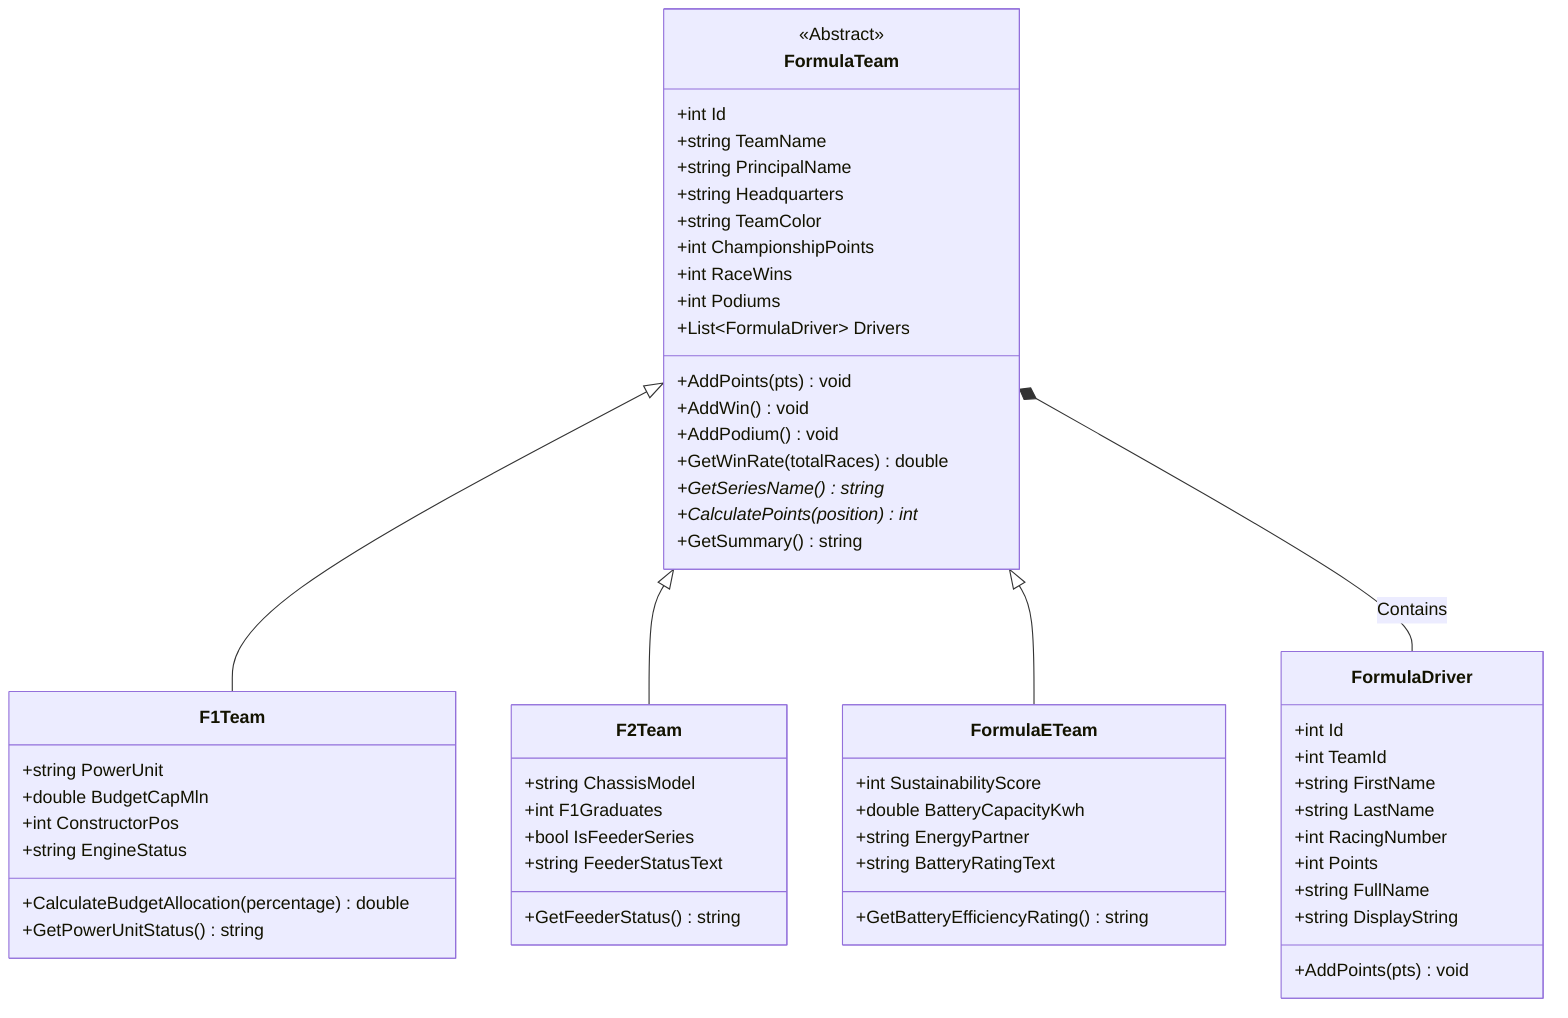
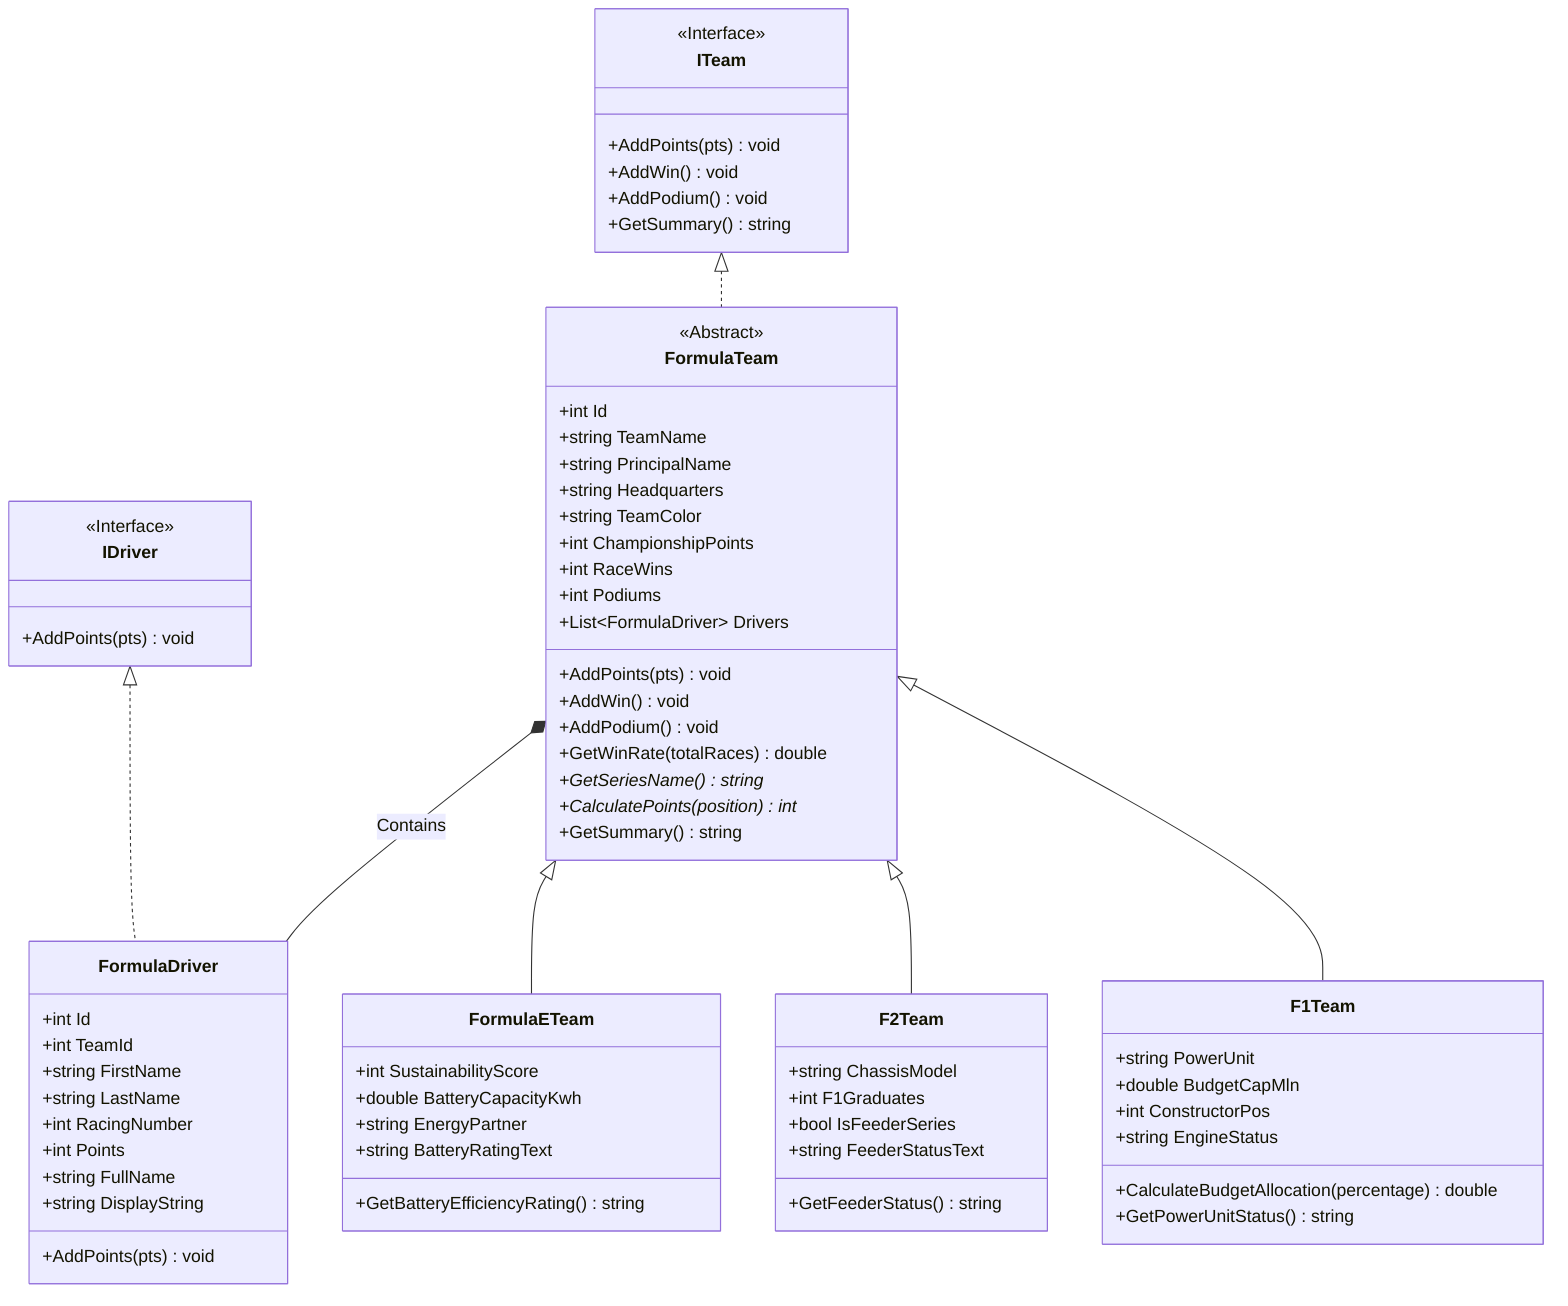
classDiagram
    direction TB
+ 
+     class IDriver {
+         <<Interface>>
+         +AddPoints(pts) void
+     }
+ 
+     class ITeam {
+         <<Interface>>
+         +AddPoints(pts) void
+         +AddWin() void
+         +AddPodium() void
+         +GetSummary() string
+     }

    class FormulaDriver {
        +int Id
        +int TeamId
        +string FirstName
        +string LastName
        +int RacingNumber
        +int Points
        +string FullName
        +string DisplayString
        +AddPoints(pts) void
    }

    class FormulaTeam {
        <<Abstract>>
        +int Id
        +string TeamName
        +string PrincipalName
        +string Headquarters
        +string TeamColor
        +int ChampionshipPoints
        +int RaceWins
        +int Podiums
        +List~FormulaDriver~ Drivers
        +AddPoints(pts) void
        +AddWin() void
        +AddPodium() void
        +GetWinRate(totalRaces) double
        +GetSeriesName() string*
        +CalculatePoints(position) int*
        +GetSummary() string
    }

    class F1Team {
        +string PowerUnit
        +double BudgetCapMln
        +int ConstructorPos
        +string EngineStatus
        +CalculateBudgetAllocation(percentage) double
        +GetPowerUnitStatus() string
    }

    class F2Team {
        +string ChassisModel
        +int F1Graduates
        +bool IsFeederSeries
        +string FeederStatusText
        +GetFeederStatus() string
    }

    class FormulaETeam {
        +int SustainabilityScore
        +double BatteryCapacityKwh
        +string EnergyPartner
        +string BatteryRatingText
        +GetBatteryEfficiencyRating() string
    }

+     IDriver <|.. FormulaDriver
+     ITeam <|.. FormulaTeam
+ 
    FormulaTeam <|-- F1Team
    FormulaTeam <|-- F2Team
    FormulaTeam <|-- FormulaETeam
    FormulaTeam *-- FormulaDriver : Contains
